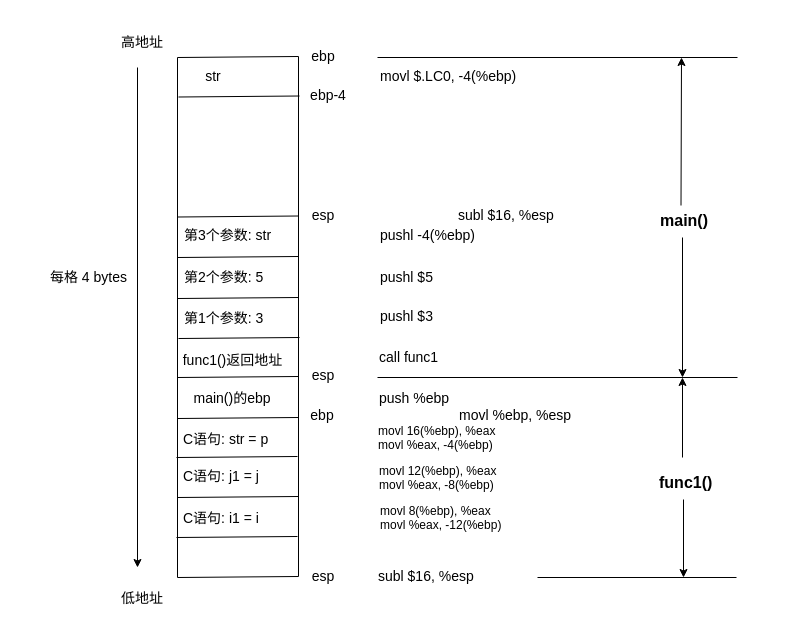
The draw.io diagram post/blog/c/0001-parameters_passing_mechanism.drawio in whowin/whowin.github.io, before the edit. Source tidied: cells renumbered, new cells numbered last; positions are measured from the earlier drawing's top-left corner, leaving out a move shared by most shapes. Both pictures are drawn from the tidied source at 100%, with x=0, y=0 at pixel (17, 17).
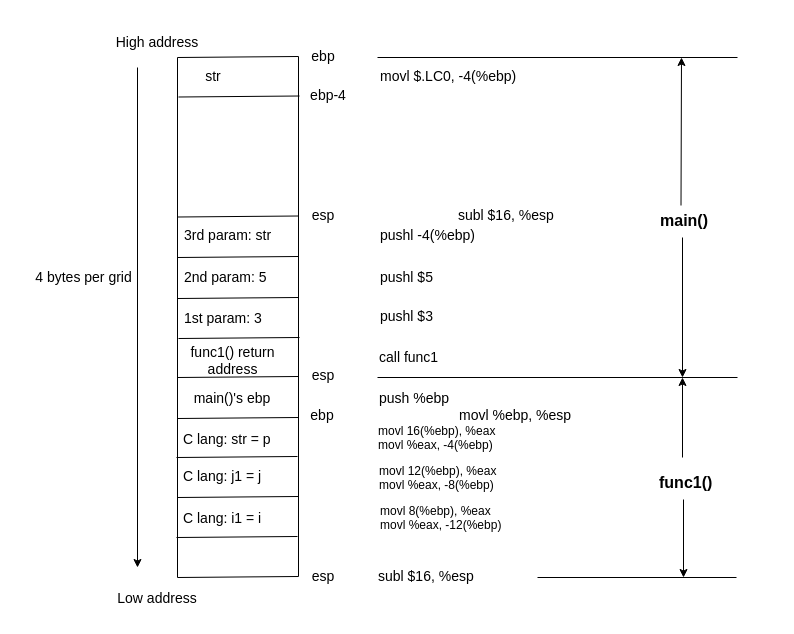
The same page after the edit.

Diff of the diagram source:
```diff
@@
-    <mxCell id="7" value="&lt;span style=&quot;font-size: 14px&quot;&gt;高地址&lt;/span&gt;" style="text;html=1;strokeColor=none;fillColor=none;align=center;verticalAlign=middle;whiteSpace=wrap;rounded=0;" parent="1" vertex="1">
-      <mxGeometry x="90" y="10" width="70" height="30" as="geometry" />
+    <mxCell id="7" value="&lt;span style=&quot;font-size: 14px&quot;&gt;High address&lt;/span&gt;" style="text;html=1;strokeColor=none;fillColor=none;align=center;verticalAlign=middle;whiteSpace=wrap;rounded=0;" parent="1" vertex="1">
+      <mxGeometry x="90" y="10" width="100" height="30" as="geometry" />
     </mxCell>
@@
-    <mxCell id="10" value="&lt;span style=&quot;font-size: 14px&quot;&gt;第3个参数: str&lt;/span&gt;" style="text;html=1;strokeColor=none;fillColor=none;align=left;verticalAlign=middle;whiteSpace=wrap;rounded=0;" parent="1" vertex="1">
+    <mxCell id="10" value="&lt;span style=&quot;font-size: 14px&quot;&gt;3rd param: str&lt;/span&gt;" style="text;html=1;strokeColor=none;fillColor=none;align=left;verticalAlign=middle;whiteSpace=wrap;rounded=0;" parent="1" vertex="1">
       <mxGeometry x="165" y="203" width="105" height="30" as="geometry" />
     </mxCell>
@@
-    <mxCell id="12" value="&lt;span style=&quot;font-size: 14px&quot;&gt;第2个参数: 5&lt;/span&gt;" style="text;html=1;strokeColor=none;fillColor=none;align=left;verticalAlign=middle;whiteSpace=wrap;rounded=0;" parent="1" vertex="1">
+    <mxCell id="12" value="&lt;span style=&quot;font-size: 14px&quot;&gt;2nd param: 5&lt;/span&gt;" style="text;html=1;strokeColor=none;fillColor=none;align=left;verticalAlign=middle;whiteSpace=wrap;rounded=0;" parent="1" vertex="1">
       <mxGeometry x="165" y="245" width="95" height="30" as="geometry" />
     </mxCell>
@@
-    <mxCell id="14" value="&lt;span style=&quot;font-size: 14px&quot;&gt;第1个参数: 3&lt;/span&gt;" style="text;html=1;strokeColor=none;fillColor=none;align=left;verticalAlign=middle;whiteSpace=wrap;rounded=0;" parent="1" vertex="1">
+    <mxCell id="14" value="&lt;span style=&quot;font-size: 14px&quot;&gt;1st param: 3&lt;/span&gt;" style="text;html=1;strokeColor=none;fillColor=none;align=left;verticalAlign=middle;whiteSpace=wrap;rounded=0;" parent="1" vertex="1">
       <mxGeometry x="165" y="286" width="95" height="30" as="geometry" />
     </mxCell>
@@
-    <mxCell id="16" value="&lt;span style=&quot;font-size: 14px&quot;&gt;func1()返回地址&lt;/span&gt;" style="text;html=1;strokeColor=none;fillColor=none;align=center;verticalAlign=middle;whiteSpace=wrap;rounded=0;" parent="1" vertex="1">
+    <mxCell id="16" value="&lt;span style=&quot;font-size: 14px&quot;&gt;func1() return address&lt;/span&gt;" style="text;html=1;strokeColor=none;fillColor=none;align=center;verticalAlign=middle;whiteSpace=wrap;rounded=0;" parent="1" vertex="1">
       <mxGeometry x="161" y="328" width="109" height="30" as="geometry" />
     </mxCell>
@@
-    <mxCell id="25" value="&lt;span style=&quot;font-size: 14px&quot;&gt;main()的ebp&lt;/span&gt;" style="text;html=1;strokeColor=none;fillColor=none;align=center;verticalAlign=middle;whiteSpace=wrap;rounded=0;" parent="1" vertex="1">
+    <mxCell id="25" value="&lt;span style=&quot;font-size: 14px&quot;&gt;main()'s ebp&lt;/span&gt;" style="text;html=1;strokeColor=none;fillColor=none;align=center;verticalAlign=middle;whiteSpace=wrap;rounded=0;" parent="1" vertex="1">
       <mxGeometry x="160" y="366" width="110" height="30" as="geometry" />
     </mxCell>
@@
-    <mxCell id="33" value="&lt;span style=&quot;font-size: 14px&quot;&gt;C语句: i1 = i&lt;/span&gt;" style="text;html=1;strokeColor=none;fillColor=none;align=left;verticalAlign=middle;whiteSpace=wrap;rounded=0;" parent="1" vertex="1">
+    <mxCell id="33" value="&lt;span style=&quot;font-size: 14px&quot;&gt;C lang: i1 = i&lt;/span&gt;" style="text;html=1;strokeColor=none;fillColor=none;align=left;verticalAlign=middle;whiteSpace=wrap;rounded=0;" parent="1" vertex="1">
       <mxGeometry x="164" y="486" width="86" height="30" as="geometry" />
     </mxCell>
-    <mxCell id="34" value="&lt;span style=&quot;font-size: 14px&quot;&gt;C语句: j1 = j&lt;/span&gt;" style="text;html=1;strokeColor=none;fillColor=none;align=left;verticalAlign=middle;whiteSpace=wrap;rounded=0;" parent="1" vertex="1">
-      <mxGeometry x="164" y="444" width="86" height="30" as="geometry" />
+    <mxCell id="34" value="&lt;span style=&quot;font-size: 14px&quot;&gt;C lang: j1 = j&lt;/span&gt;" style="text;html=1;strokeColor=none;fillColor=none;align=left;verticalAlign=middle;whiteSpace=wrap;rounded=0;" parent="1" vertex="1">
+      <mxGeometry x="164" y="444" width="96" height="30" as="geometry" />
     </mxCell>
-    <mxCell id="35" value="&lt;span style=&quot;font-size: 14px&quot;&gt;C语句: str = p&lt;/span&gt;" style="text;html=1;strokeColor=none;fillColor=none;align=left;verticalAlign=middle;whiteSpace=wrap;rounded=0;" parent="1" vertex="1">
-      <mxGeometry x="164" y="407" width="90" height="30" as="geometry" />
+    <mxCell id="35" value="&lt;span style=&quot;font-size: 14px&quot;&gt;C lang: str = p&lt;/span&gt;" style="text;html=1;strokeColor=none;fillColor=none;align=left;verticalAlign=middle;whiteSpace=wrap;rounded=0;" parent="1" vertex="1">
+      <mxGeometry x="164" y="407" width="106" height="30" as="geometry" />
     </mxCell>
@@
-    <mxCell id="51" value="&lt;span style=&quot;font-size: 14px&quot;&gt;低地址&lt;/span&gt;" style="text;html=1;strokeColor=none;fillColor=none;align=center;verticalAlign=middle;whiteSpace=wrap;rounded=0;" parent="1" vertex="1">
-      <mxGeometry x="90" y="566" width="70" height="30" as="geometry" />
+    <mxCell id="51" value="&lt;span style=&quot;font-size: 14px&quot;&gt;Low address&lt;/span&gt;" style="text;html=1;strokeColor=none;fillColor=none;align=center;verticalAlign=middle;whiteSpace=wrap;rounded=0;" parent="1" vertex="1">
+      <mxGeometry x="90" y="566" width="100" height="30" as="geometry" />
     </mxCell>
-    <mxCell id="52" value="&lt;span style=&quot;font-size: 14px&quot;&gt;每格 4 bytes&lt;/span&gt;" style="text;html=1;strokeColor=none;fillColor=none;align=center;verticalAlign=middle;whiteSpace=wrap;rounded=0;" parent="1" vertex="1">
-      <mxGeometry x="20" y="245" width="103" height="30" as="geometry" />
+    <mxCell id="52" value="&lt;span style=&quot;font-size: 14px&quot;&gt;4 bytes per grid&lt;/span&gt;" style="text;html=1;strokeColor=none;fillColor=none;align=center;verticalAlign=middle;whiteSpace=wrap;rounded=0;" parent="1" vertex="1">
+      <mxGeometry x="10" y="245" width="113" height="30" as="geometry" />
     </mxCell>
```
